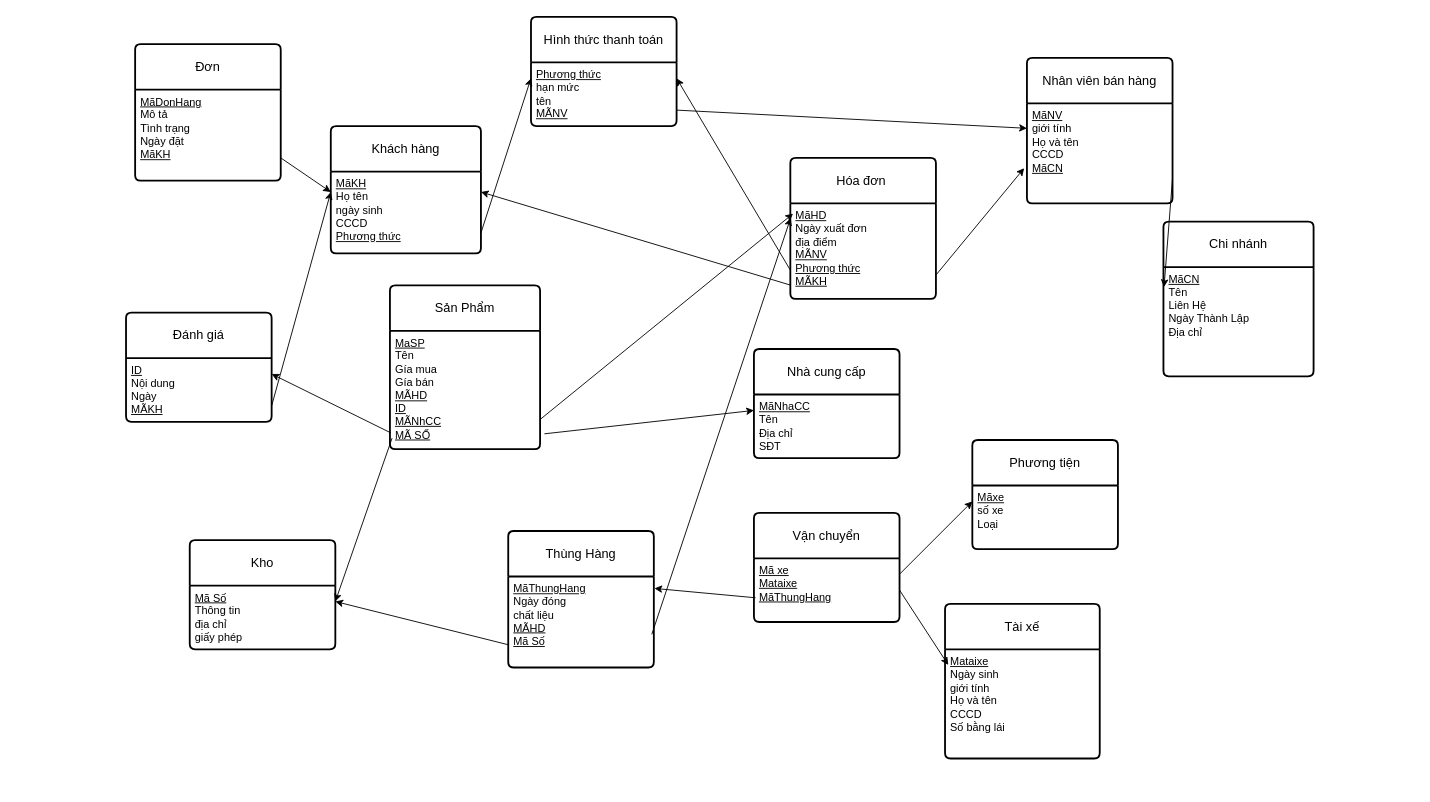
This is Untitled Diagram.drawio from Tungdv23/B-i-t-p-th-vi-n, a draw.io file, before an edit. Source tidied: cells renumbered, new cells numbered last; positions are measured from the earlier drawing's top-left corner, leaving out a move shared by most shapes. Both pictures are drawn from the tidied source at 91%, with x=0, y=0 at pixel (126, 16).
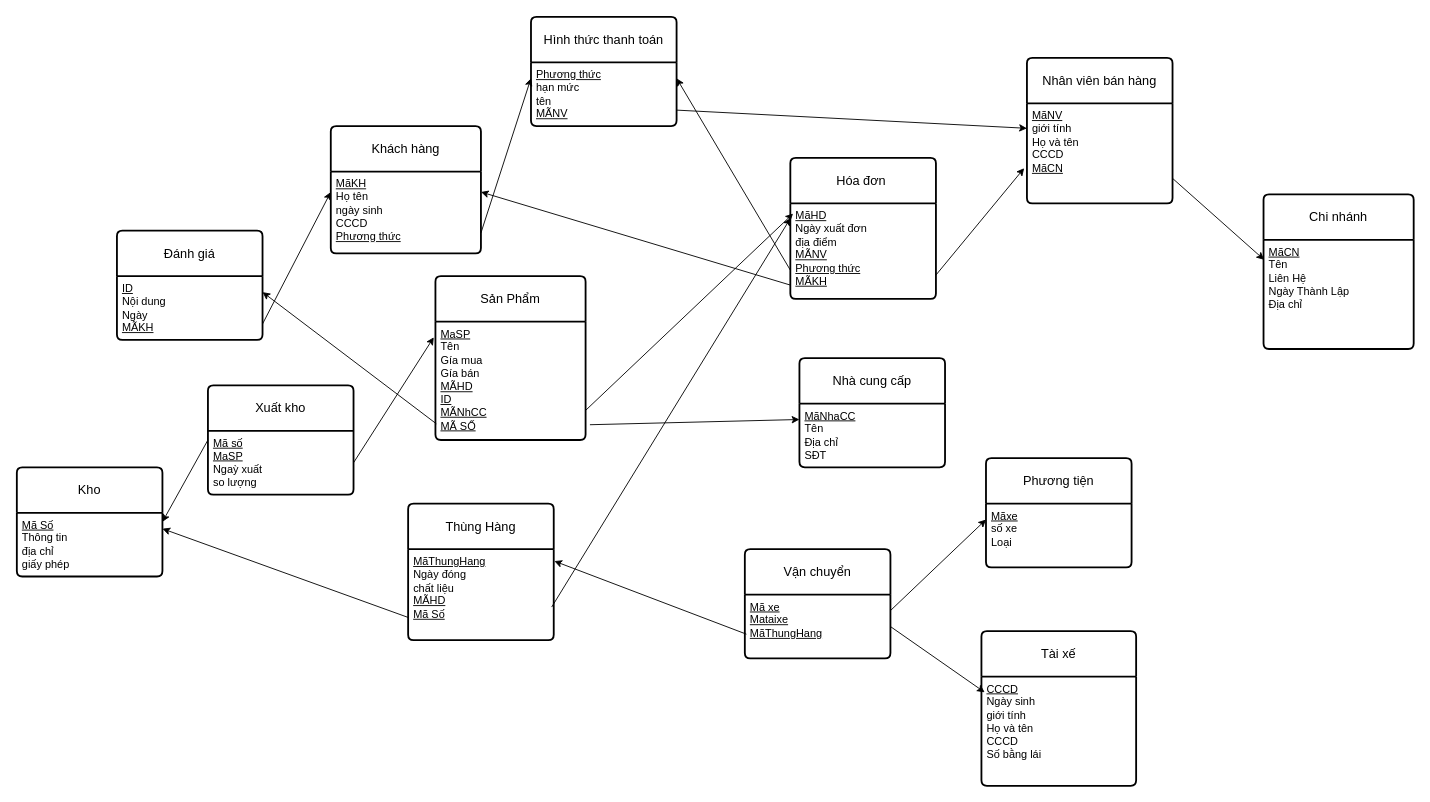
The same page after the edit.

Unchanged cells that the change refers to:
```xml
<mxCell id="13" value="&lt;u&gt;MãKH&lt;/u&gt;&lt;div&gt;Họ tên&lt;/div&gt;&lt;div&gt;ngày sinh&lt;/div&gt;&lt;div&gt;CCCD&lt;/div&gt;&lt;div&gt;&lt;u&gt;Phương thức&lt;/u&gt;&lt;/div&gt;" style="align=left;strokeColor=none;fillColor=none;spacingLeft=4;spacingRight=4;fontSize=12;verticalAlign=top;html=1;whiteSpace=wrap;" parent="12" vertex="1">
  <mxGeometry y="50" width="165" height="90" as="geometry" />
</mxCell>
<mxCell id="21" value="&lt;u&gt;MaSP&lt;/u&gt;&lt;div&gt;Tên&lt;/div&gt;&lt;div&gt;Gía mua&lt;/div&gt;&lt;div&gt;Gía bán&lt;/div&gt;&lt;div&gt;&lt;u&gt;MÃHD&lt;/u&gt;&lt;/div&gt;&lt;div&gt;&lt;u&gt;ID&lt;/u&gt;&lt;/div&gt;&lt;div&gt;&lt;u&gt;MÃNhCC&lt;/u&gt;&lt;/div&gt;&lt;div&gt;&lt;u&gt;MÃ SỐ&lt;/u&gt;&lt;/div&gt;" style="align=left;strokeColor=none;fillColor=none;spacingLeft=4;spacingRight=4;fontSize=12;verticalAlign=top;html=1;whiteSpace=wrap;" parent="20" vertex="1">
  <mxGeometry y="50" width="165" height="130" as="geometry" />
</mxCell>
<mxCell id="23" value="&lt;u&gt;Mã Số&lt;/u&gt;&lt;div&gt;Thông tin&lt;/div&gt;&lt;div&gt;địa chỉ&lt;/div&gt;&lt;div&gt;giấy phép&lt;/div&gt;" style="align=left;strokeColor=none;fillColor=none;spacingLeft=4;spacingRight=4;fontSize=12;verticalAlign=top;html=1;whiteSpace=wrap;" parent="22" vertex="1">
  <mxGeometry y="50" width="160" height="70" as="geometry" />
</mxCell>
```

What changed in the source:
```diff
@@
     <mxCell id="4" value="Chi nhánh" style="swimlane;horizontal=1;startSize=50;rounded=1;fontSize=14;fontStyle=0;strokeWidth=2;shadow=0;dashed=0;align=center;arcSize=4;whiteSpace=wrap;html=1;" parent="1" vertex="1">
-      <mxGeometry x="1140" y="225" width="165" height="170" as="geometry" />
+      <mxGeometry x="1250" y="195" width="165" height="170" as="geometry" />
     </mxCell>
@@
     <mxCell id="8" value="Tài xế" style="swimlane;horizontal=1;startSize=50;rounded=1;fontSize=14;fontStyle=0;strokeWidth=2;shadow=0;dashed=0;align=center;arcSize=4;whiteSpace=wrap;html=1;" parent="1" vertex="1">
-      <mxGeometry x="900" y="645" width="170" height="170" as="geometry" />
+      <mxGeometry x="940" y="675" width="170" height="170" as="geometry" />
     </mxCell>
-    <mxCell id="9" value="&lt;u&gt;Mataixe&lt;/u&gt;&lt;div&gt;Ngày sinh&lt;/div&gt;&lt;div&gt;giới tính&lt;/div&gt;&lt;div&gt;Họ và tên&lt;/div&gt;&lt;div&gt;CCCD&lt;/div&gt;&lt;div&gt;Số bằng lái&lt;/div&gt;" style="align=left;strokeColor=none;fillColor=none;spacingLeft=4;spacingRight=4;fontSize=12;verticalAlign=top;html=1;whiteSpace=wrap;" parent="8" vertex="1">
+    <mxCell id="9" value="&lt;u&gt;CCCD&lt;/u&gt;&lt;br&gt;&lt;div&gt;Ngày sinh&lt;/div&gt;&lt;div&gt;giới tính&lt;/div&gt;&lt;div&gt;Họ và tên&lt;/div&gt;&lt;div&gt;CCCD&lt;/div&gt;&lt;div&gt;Số bằng lái&lt;/div&gt;" style="align=left;strokeColor=none;fillColor=none;spacingLeft=4;spacingRight=4;fontSize=12;verticalAlign=top;html=1;whiteSpace=wrap;" parent="8" vertex="1">
       <mxGeometry y="50" width="170" height="120" as="geometry" />
     </mxCell>
@@
-    <mxCell id="14" value="Đơn" style="swimlane;horizontal=1;startSize=50;rounded=1;fontSize=14;fontStyle=0;strokeWidth=2;shadow=0;dashed=0;align=center;arcSize=4;whiteSpace=wrap;html=1;" parent="1" vertex="1">
-      <mxGeometry x="10" y="30" width="160" height="150" as="geometry" />
-    </mxCell>
-    <mxCell id="15" value="&lt;u&gt;MãDonHang&lt;/u&gt;&lt;div&gt;Mô tả&lt;/div&gt;&lt;div&gt;Tình trạng&lt;/div&gt;&lt;div&gt;Ngày đặt&lt;/div&gt;&lt;div&gt;&lt;u&gt;MãKH&lt;/u&gt;&lt;/div&gt;" style="align=left;strokeColor=none;fillColor=none;spacingLeft=4;spacingRight=4;fontSize=12;verticalAlign=top;html=1;whiteSpace=wrap;" parent="14" vertex="1">
-      <mxGeometry y="50" width="160" height="100" as="geometry" />
-    </mxCell>
     <mxCell id="16" value="Đánh giá" style="swimlane;horizontal=1;startSize=50;rounded=1;fontSize=14;fontStyle=0;strokeWidth=2;shadow=0;dashed=0;align=center;arcSize=4;whiteSpace=wrap;html=1;" parent="1" vertex="1">
-      <mxGeometry y="325" width="160" height="120" as="geometry" />
+      <mxGeometry x="-10" y="235" width="160" height="120" as="geometry" />
     </mxCell>
@@
     <mxCell id="18" value="Nhà cung cấp" style="swimlane;horizontal=1;startSize=50;rounded=1;fontSize=14;fontStyle=0;strokeWidth=2;shadow=0;dashed=0;align=center;arcSize=4;whiteSpace=wrap;html=1;" parent="1" vertex="1">
-      <mxGeometry x="690" y="365" width="160" height="120" as="geometry" />
+      <mxGeometry x="740" y="375" width="160" height="120" as="geometry" />
     </mxCell>
@@
     <mxCell id="20" value="Sản Phẩm" style="swimlane;horizontal=1;startSize=50;rounded=1;fontSize=14;fontStyle=0;strokeWidth=2;shadow=0;dashed=0;align=center;arcSize=4;whiteSpace=wrap;html=1;" parent="1" vertex="1">
-      <mxGeometry x="290" y="295" width="165" height="180" as="geometry" />
+      <mxGeometry x="340" y="285" width="165" height="180" as="geometry" />
     </mxCell>
@@
     <mxCell id="22" value="Kho" style="swimlane;horizontal=1;startSize=50;rounded=1;fontSize=14;fontStyle=0;strokeWidth=2;shadow=0;dashed=0;align=center;arcSize=4;whiteSpace=wrap;html=1;" parent="1" vertex="1">
-      <mxGeometry x="70" y="575" width="160" height="120" as="geometry" />
+      <mxGeometry x="-120" y="495" width="160" height="120" as="geometry" />
     </mxCell>
@@
     <mxCell id="24" value="Thùng Hàng" style="swimlane;horizontal=1;startSize=50;rounded=1;fontSize=14;fontStyle=0;strokeWidth=2;shadow=0;dashed=0;align=center;arcSize=4;whiteSpace=wrap;html=1;" parent="1" vertex="1">
-      <mxGeometry x="420" y="565" width="160" height="150" as="geometry" />
+      <mxGeometry x="310" y="535" width="160" height="150" as="geometry" />
     </mxCell>
@@
     <mxCell id="26" value="Phương tiện" style="swimlane;horizontal=1;startSize=50;rounded=1;fontSize=14;fontStyle=0;strokeWidth=2;shadow=0;dashed=0;align=center;arcSize=4;whiteSpace=wrap;html=1;" parent="1" vertex="1">
-      <mxGeometry x="930" y="465" width="160" height="120" as="geometry" />
+      <mxGeometry x="945" y="485" width="160" height="120" as="geometry" />
     </mxCell>
@@
-    <mxCell id="29" style="endArrow=classic;html=1;rounded=0;exitX=1;exitY=0.75;exitDx=0;exitDy=0;entryX=0;entryY=0.25;entryDx=0;entryDy=0;" parent="1" edge="1" source="15" target="13">
-      <mxGeometry relative="1" as="geometry" />
-    </mxCell>
@@
-    <mxCell id="39" style="endArrow=classic;html=1;rounded=0;exitX=0.014;exitY=0.908;exitDx=0;exitDy=0;exitPerimeter=0;entryX=1;entryY=0.25;entryDx=0;entryDy=0;" parent="1" edge="1" source="21" target="23">
-      <mxGeometry relative="1" as="geometry" />
-    </mxCell>
@@
     <mxCell id="42" value="Vận chuyển" style="swimlane;horizontal=1;startSize=50;rounded=1;fontSize=14;fontStyle=0;strokeWidth=2;shadow=0;dashed=0;align=center;arcSize=4;whiteSpace=wrap;html=1;" parent="1" vertex="1">
-      <mxGeometry x="690" y="545" width="160" height="120" as="geometry" />
+      <mxGeometry x="680" y="585" width="160" height="120" as="geometry" />
     </mxCell>
@@
+    <mxCell id="47" value="Xuất kho" style="swimlane;horizontal=1;startSize=50;rounded=1;fontSize=14;fontStyle=0;strokeWidth=2;shadow=0;dashed=0;align=center;arcSize=4;whiteSpace=wrap;html=1;" parent="1" vertex="1">
+      <mxGeometry x="90" y="405" width="160" height="120" as="geometry" />
+    </mxCell>
+    <mxCell id="48" value="&lt;u&gt;Mã số&lt;/u&gt;&lt;div&gt;&lt;u&gt;MaSP&lt;/u&gt;&lt;/div&gt;&lt;div&gt;Ngaỳ xuất&lt;/div&gt;&lt;div&gt;so lượng&lt;/div&gt;" style="align=left;strokeColor=none;fillColor=none;spacingLeft=4;spacingRight=4;fontSize=12;verticalAlign=top;html=1;whiteSpace=wrap;" parent="47" vertex="1">
+      <mxGeometry y="50" width="160" height="70" as="geometry" />
+    </mxCell>
+    <mxCell id="49" style="endArrow=classic;html=1;rounded=0;entryX=1;entryY=0.5;entryDx=0;entryDy=0;exitX=0;exitY=0.5;exitDx=0;exitDy=0;" parent="1" edge="1" source="47" target="22">
+      <mxGeometry relative="1" as="geometry" />
+    </mxCell>
+    <mxCell id="50" style="endArrow=classic;html=1;rounded=0;exitX=1;exitY=0.5;exitDx=0;exitDy=0;entryX=-0.011;entryY=0.132;entryDx=0;entryDy=0;entryPerimeter=0;" parent="1" edge="1" source="48" target="21">
+      <mxGeometry relative="1" as="geometry" />
+    </mxCell>
```
